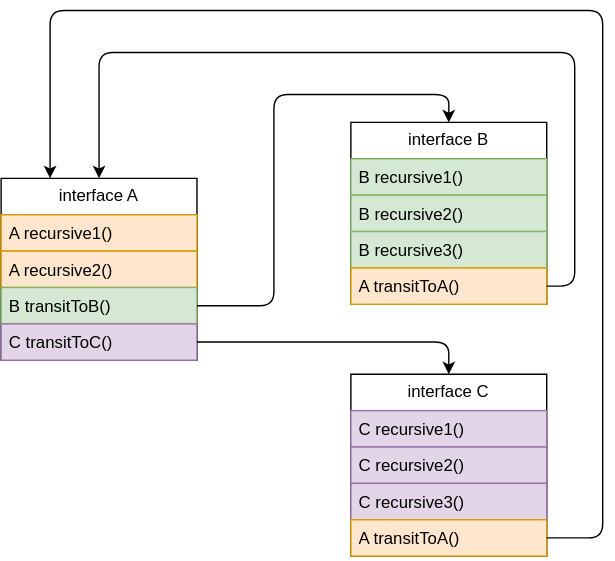
Earlier version of the draw.io export schema.drawio.svg (Boiarshinov/fluent-api-demo). Source tidied: cells renumbered, new cells last; positions are measured from the earlier drawing's top-left corner, leaving out a move shared by most shapes. The source it was exported from:
```xml
<mxGraphModel>
  <root>
    <mxCell id="0" />
    <mxCell id="1" parent="0" />
    <mxCell id="2" value="interface A" style="swimlane;fontStyle=0;horizontal=1;startSize=26;fillColor=none;whiteSpace=wrap;html=1;" parent="1" vertex="1">
      <mxGeometry y="120" width="140" height="130" as="geometry" />
    </mxCell>
    <mxCell id="3" value="A recursive1()" style="text;strokeColor=#d79b00;fillColor=#ffe6cc;align=left;verticalAlign=top;spacingLeft=4;spacingRight=4;overflow=hidden;whiteSpace=wrap;html=1;" parent="2" vertex="1">
      <mxGeometry y="26" width="140" height="26" as="geometry" />
    </mxCell>
    <mxCell id="4" value="A recursive2()" style="text;strokeColor=#d79b00;fillColor=#ffe6cc;align=left;verticalAlign=top;spacingLeft=4;spacingRight=4;overflow=hidden;whiteSpace=wrap;html=1;" parent="2" vertex="1">
      <mxGeometry y="52" width="140" height="26" as="geometry" />
    </mxCell>
    <mxCell id="5" value="B transitToB()" style="text;strokeColor=#82b366;fillColor=#d5e8d4;align=left;verticalAlign=top;spacingLeft=4;spacingRight=4;overflow=hidden;points=[[0,0.5],[1,0.5]];portConstraint=eastwest;whiteSpace=wrap;html=1;" parent="2" vertex="1">
      <mxGeometry y="78" width="140" height="26" as="geometry" />
    </mxCell>
    <mxCell id="6" value="C transitToC()" style="text;strokeColor=#9673a6;fillColor=#e1d5e7;align=left;verticalAlign=top;spacingLeft=4;spacingRight=4;overflow=hidden;points=[[0,0.5],[1,0.5]];portConstraint=eastwest;whiteSpace=wrap;html=1;" parent="2" vertex="1">
      <mxGeometry y="104" width="140" height="26" as="geometry" />
    </mxCell>
    <mxCell id="7" value="interface B" style="swimlane;fontStyle=0;horizontal=1;startSize=26;fillColor=none;whiteSpace=wrap;html=1;" parent="1" vertex="1">
      <mxGeometry x="250" y="80" width="140" height="130" as="geometry" />
    </mxCell>
    <mxCell id="8" value="B recursive1()" style="text;strokeColor=#82b366;fillColor=#d5e8d4;align=left;verticalAlign=top;spacingLeft=4;spacingRight=4;overflow=hidden;whiteSpace=wrap;html=1;" parent="7" vertex="1">
      <mxGeometry y="26" width="140" height="26" as="geometry" />
    </mxCell>
    <mxCell id="9" value="B recursive2()" style="text;strokeColor=#82b366;fillColor=#d5e8d4;align=left;verticalAlign=top;spacingLeft=4;spacingRight=4;overflow=hidden;whiteSpace=wrap;html=1;" parent="7" vertex="1">
      <mxGeometry y="52" width="140" height="26" as="geometry" />
    </mxCell>
    <mxCell id="10" value="B recursive3()" style="text;strokeColor=#82b366;fillColor=#d5e8d4;align=left;verticalAlign=top;spacingLeft=4;spacingRight=4;overflow=hidden;whiteSpace=wrap;html=1;" parent="7" vertex="1">
      <mxGeometry y="78" width="140" height="26" as="geometry" />
    </mxCell>
    <mxCell id="11" value="A transitToA()" style="text;strokeColor=#d79b00;fillColor=#ffe6cc;align=left;verticalAlign=top;spacingLeft=4;spacingRight=4;overflow=hidden;points=[[0,0.5],[1,0.5]];portConstraint=eastwest;whiteSpace=wrap;html=1;" parent="7" vertex="1">
      <mxGeometry y="104" width="140" height="26" as="geometry" />
    </mxCell>
    <mxCell id="12" value="interface C" style="swimlane;fontStyle=0;horizontal=1;startSize=26;fillColor=none;whiteSpace=wrap;html=1;" parent="1" vertex="1">
      <mxGeometry x="250" y="260" width="140" height="130" as="geometry" />
    </mxCell>
    <mxCell id="13" value="C recursive1()" style="text;strokeColor=#9673a6;fillColor=#e1d5e7;align=left;verticalAlign=top;spacingLeft=4;spacingRight=4;overflow=hidden;whiteSpace=wrap;html=1;" parent="12" vertex="1">
      <mxGeometry y="26" width="140" height="26" as="geometry" />
    </mxCell>
    <mxCell id="14" value="C recursive2()" style="text;strokeColor=#9673a6;fillColor=#e1d5e7;align=left;verticalAlign=top;spacingLeft=4;spacingRight=4;overflow=hidden;whiteSpace=wrap;html=1;" parent="12" vertex="1">
      <mxGeometry y="52" width="140" height="26" as="geometry" />
    </mxCell>
    <mxCell id="15" value="C recursive3()" style="text;strokeColor=#9673a6;fillColor=#e1d5e7;align=left;verticalAlign=top;spacingLeft=4;spacingRight=4;overflow=hidden;whiteSpace=wrap;html=1;" parent="12" vertex="1">
      <mxGeometry y="78" width="140" height="26" as="geometry" />
    </mxCell>
    <mxCell id="16" value="A transitToA()" style="text;strokeColor=#d79b00;fillColor=#ffe6cc;align=left;verticalAlign=top;spacingLeft=4;spacingRight=4;overflow=hidden;points=[[0,0.5],[1,0.5]];portConstraint=eastwest;whiteSpace=wrap;html=1;" parent="12" vertex="1">
      <mxGeometry y="104" width="140" height="26" as="geometry" />
    </mxCell>
    <mxCell id="17" style="edgeStyle=orthogonalEdgeStyle;rounded=1;jettySize=auto;html=1;exitX=1;exitY=0.5;exitDx=0;exitDy=0;entryX=0.5;entryY=0;entryDx=0;entryDy=0;curved=0;" parent="1" edge="1" source="5" target="7">
      <mxGeometry relative="1" as="geometry" />
    </mxCell>
    <mxCell id="18" style="edgeStyle=orthogonalEdgeStyle;rounded=1;jettySize=auto;html=1;exitX=1;exitY=0.5;exitDx=0;exitDy=0;entryX=0.5;entryY=0;entryDx=0;entryDy=0;curved=0;" parent="1" edge="1" source="6" target="12">
      <mxGeometry relative="1" as="geometry" />
    </mxCell>
    <mxCell id="19" style="edgeStyle=orthogonalEdgeStyle;rounded=1;jettySize=auto;html=1;exitX=1;exitY=0.5;exitDx=0;exitDy=0;entryX=0.5;entryY=0;entryDx=0;entryDy=0;strokeWidth=1;jumpStyle=none;jumpSize=12;curved=0;" parent="1" edge="1" source="11" target="2">
      <mxGeometry relative="1" as="geometry">
        <Array as="points">
          <mxPoint x="410" y="197" />
          <mxPoint x="410" y="30" />
          <mxPoint x="70" y="30" />
        </Array>
      </mxGeometry>
    </mxCell>
    <mxCell id="20" style="edgeStyle=orthogonalEdgeStyle;rounded=1;jettySize=auto;html=1;exitX=1;exitY=0.5;exitDx=0;exitDy=0;entryX=0.25;entryY=0;entryDx=0;entryDy=0;curved=0;" parent="1" edge="1" source="16" target="2">
      <mxGeometry relative="1" as="geometry">
        <Array as="points">
          <mxPoint x="430" y="377" />
          <mxPoint x="430" />
          <mxPoint x="35" />
        </Array>
      </mxGeometry>
    </mxCell>
  </root>
</mxGraphModel>
```
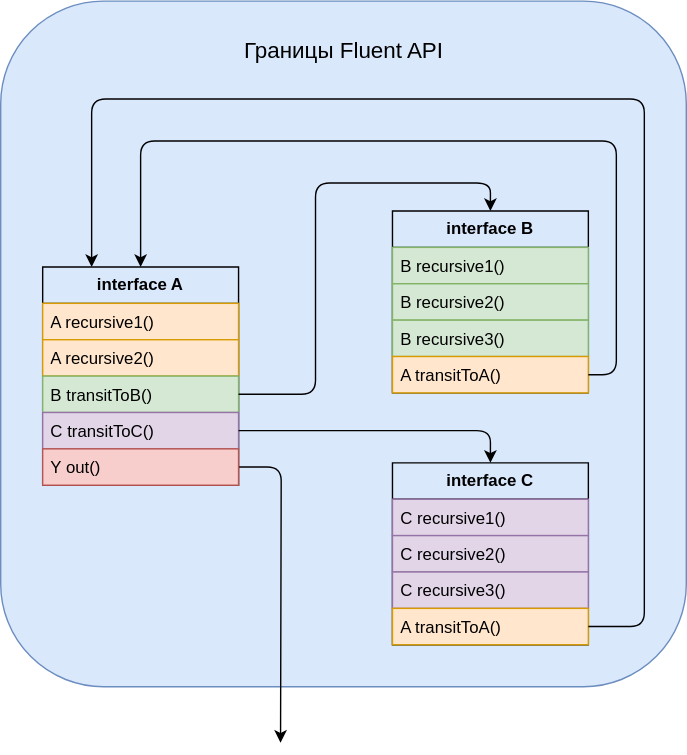
Above is the later version.

Change to the diagram source:
```diff
@@ -2,8 +2,11 @@
   <root>
     <mxCell id="0" />
     <mxCell id="1" parent="0" />
+    <mxCell id="21" style="rounded=1;whiteSpace=wrap;html=1;fillColor=#dae8fc;strokeColor=#6c8ebf;" parent="1" vertex="1">
+      <mxGeometry x="-30" y="-70" width="490" height="490" as="geometry" />
+    </mxCell>
-    <mxCell id="2" value="interface A" style="swimlane;fontStyle=0;horizontal=1;startSize=26;fillColor=none;whiteSpace=wrap;html=1;" parent="1" vertex="1">
-      <mxGeometry y="120" width="140" height="130" as="geometry" />
+    <mxCell id="2" value="interface A" style="swimlane;fontStyle=1;horizontal=1;startSize=26;fillColor=none;whiteSpace=wrap;html=1;" parent="1" vertex="1">
+      <mxGeometry y="120" width="140" height="156" as="geometry" />
     </mxCell>
     <mxCell id="3" value="A recursive1()" style="text;strokeColor=#d79b00;fillColor=#ffe6cc;align=left;verticalAlign=top;spacingLeft=4;spacingRight=4;overflow=hidden;whiteSpace=wrap;html=1;" parent="2" vertex="1">
       <mxGeometry y="26" width="140" height="26" as="geometry" />
@@ -17,7 +20,15 @@
     <mxCell id="6" value="C transitToC()" style="text;strokeColor=#9673a6;fillColor=#e1d5e7;align=left;verticalAlign=top;spacingLeft=4;spacingRight=4;overflow=hidden;points=[[0,0.5],[1,0.5]];portConstraint=eastwest;whiteSpace=wrap;html=1;" parent="2" vertex="1">
       <mxGeometry y="104" width="140" height="26" as="geometry" />
     </mxCell>
+    <mxCell id="22" style="edgeStyle=orthogonalEdgeStyle;rounded=1;jettySize=auto;html=1;exitX=1;exitY=0.5;exitDx=0;exitDy=0;curved=0;" parent="2" edge="1" source="23">
+      <mxGeometry relative="1" as="geometry">
+        <mxPoint x="170" y="340" as="targetPoint" />
+      </mxGeometry>
+    </mxCell>
+    <mxCell id="23" value="Y out()" style="text;strokeColor=#b85450;fillColor=#f8cecc;align=left;verticalAlign=top;spacingLeft=4;spacingRight=4;overflow=hidden;points=[[0,0.5],[1,0.5]];portConstraint=eastwest;whiteSpace=wrap;html=1;" parent="2" vertex="1">
+      <mxGeometry y="130" width="140" height="26" as="geometry" />
+    </mxCell>
-    <mxCell id="7" value="interface B" style="swimlane;fontStyle=0;horizontal=1;startSize=26;fillColor=none;whiteSpace=wrap;html=1;" parent="1" vertex="1">
+    <mxCell id="7" value="interface B" style="swimlane;fontStyle=1;horizontal=1;startSize=26;fillColor=none;whiteSpace=wrap;html=1;" parent="1" vertex="1">
       <mxGeometry x="250" y="80" width="140" height="130" as="geometry" />
     </mxCell>
     <mxCell id="8" value="B recursive1()" style="text;strokeColor=#82b366;fillColor=#d5e8d4;align=left;verticalAlign=top;spacingLeft=4;spacingRight=4;overflow=hidden;whiteSpace=wrap;html=1;" parent="7" vertex="1">
@@ -32,7 +43,7 @@
     <mxCell id="11" value="A transitToA()" style="text;strokeColor=#d79b00;fillColor=#ffe6cc;align=left;verticalAlign=top;spacingLeft=4;spacingRight=4;overflow=hidden;points=[[0,0.5],[1,0.5]];portConstraint=eastwest;whiteSpace=wrap;html=1;" parent="7" vertex="1">
       <mxGeometry y="104" width="140" height="26" as="geometry" />
     </mxCell>
-    <mxCell id="12" value="interface C" style="swimlane;fontStyle=0;horizontal=1;startSize=26;fillColor=none;whiteSpace=wrap;html=1;" parent="1" vertex="1">
+    <mxCell id="12" value="interface C" style="swimlane;fontStyle=1;horizontal=1;startSize=26;fillColor=none;whiteSpace=wrap;html=1;" parent="1" vertex="1">
       <mxGeometry x="250" y="260" width="140" height="130" as="geometry" />
     </mxCell>
     <mxCell id="13" value="C recursive1()" style="text;strokeColor=#9673a6;fillColor=#e1d5e7;align=left;verticalAlign=top;spacingLeft=4;spacingRight=4;overflow=hidden;whiteSpace=wrap;html=1;" parent="12" vertex="1">
@@ -71,5 +82,8 @@
         </Array>
       </mxGeometry>
     </mxCell>
+    <mxCell id="24" value="Границы Fluent API" style="text;html=1;strokeColor=none;fillColor=none;align=center;verticalAlign=middle;whiteSpace=wrap;rounded=0;fontSize=16;" parent="1" vertex="1">
+      <mxGeometry x="107.5" y="-50" width="215" height="30" as="geometry" />
+    </mxCell>
   </root>
 </mxGraphModel>
```
